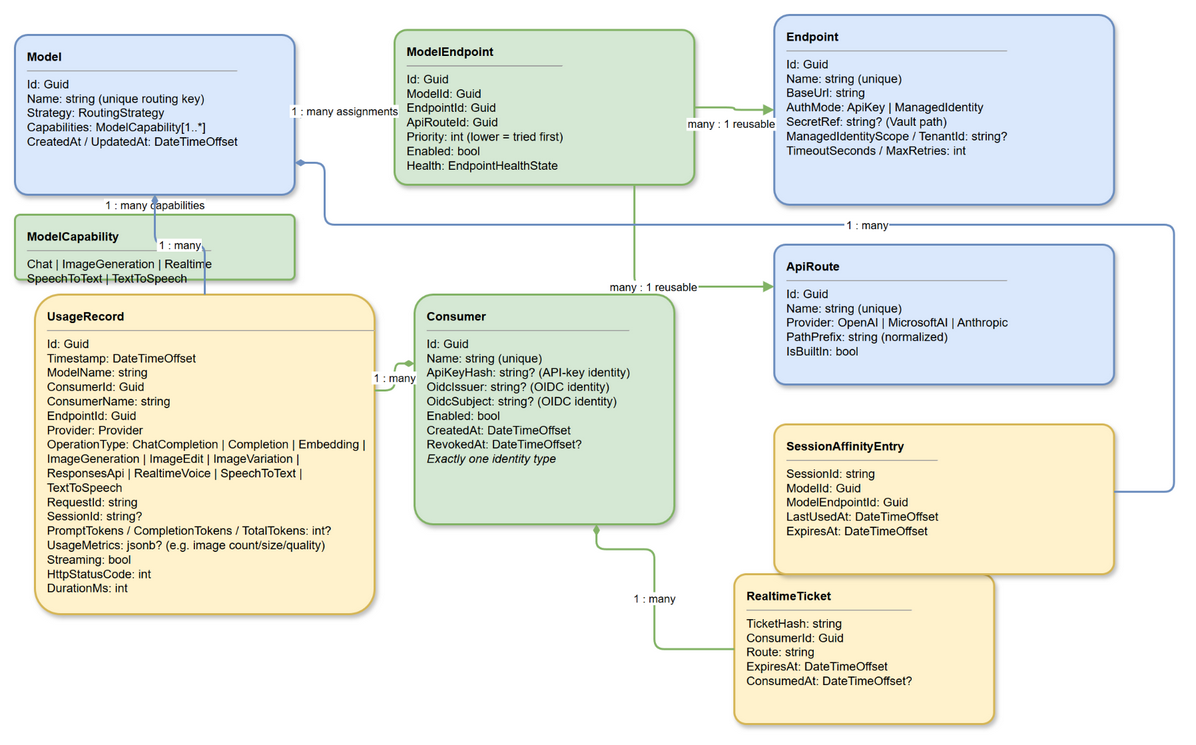
Before: specs/architecture/diagrams/02-domain-model.png, a diagram exported from draw.io (azureholic/AIProxyPlus). Source tidied: cells renumbered, new cells last; positions are measured from the earlier drawing's top-left corner, leaving out a move shared by most shapes.
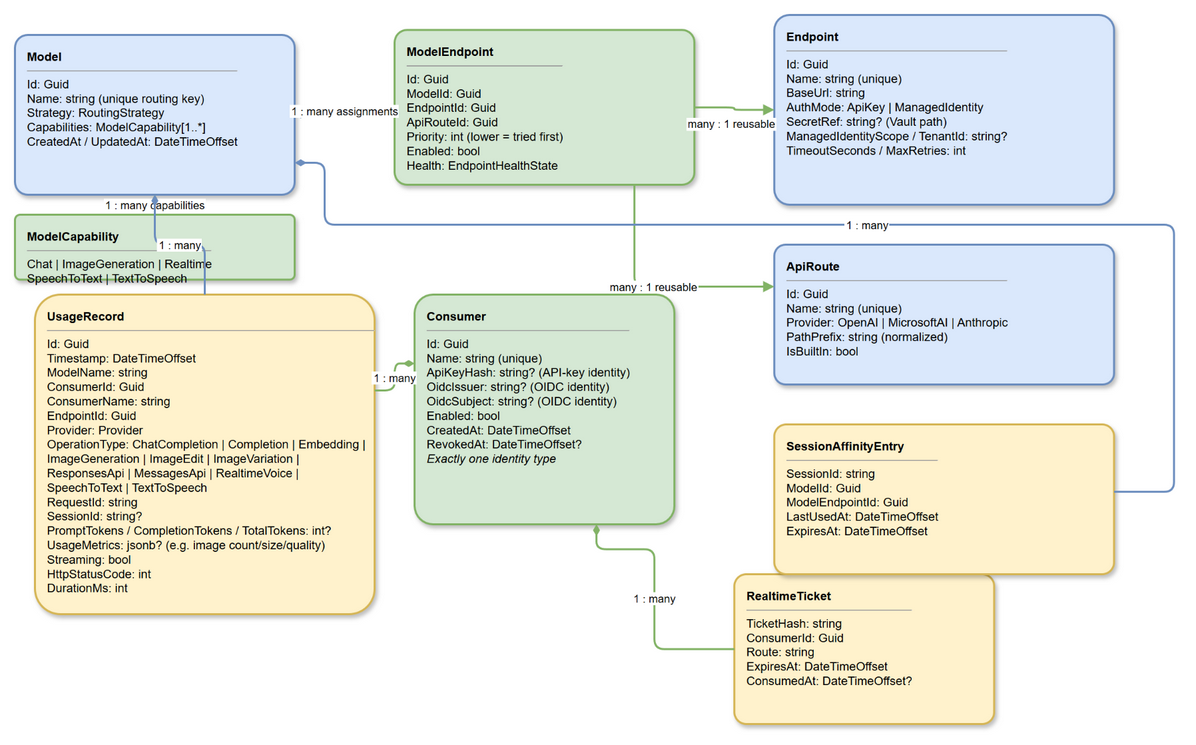
The same diagram one commit later.

Change to the diagram source:
```diff
@@ -17,7 +17,7 @@
     <mxCell id="6" value="&lt;b&gt;ApiRoute&lt;/b&gt;&lt;hr size=1&gt;Id: Guid&lt;br&gt;Name: string (unique)&lt;br&gt;Provider: OpenAI | MicrosoftAI | Anthropic&lt;br&gt;PathPrefix: string (normalized)&lt;br&gt;IsBuiltIn: bool" style="rounded=1;whiteSpace=wrap;html=1;fillColor=#dae8fc;strokeColor=#6c8ebf;strokeWidth=2;arcSize=8;shadow=1;align=left;verticalAlign=top;spacingLeft=10;spacingTop=8;fontSize=12;" parent="1" vertex="1">
       <mxGeometry x="760" y="230" width="340" height="140" as="geometry" />
     </mxCell>
-    <mxCell id="7" value="&lt;b&gt;UsageRecord&lt;/b&gt;&lt;hr size=1&gt;Id: Guid&lt;br&gt;Timestamp: DateTimeOffset&lt;br&gt;ModelName: string&lt;br&gt;ConsumerId: Guid&lt;br&gt;ConsumerName: string&lt;br&gt;EndpointId: Guid&lt;br&gt;Provider: Provider&lt;br&gt;OperationType: ChatCompletion | Completion | Embedding | ImageGeneration | ImageEdit | ImageVariation | ResponsesApi | RealtimeVoice | SpeechToText | TextToSpeech&lt;br&gt;RequestId: string&lt;br&gt;SessionId: string?&lt;br&gt;PromptTokens / CompletionTokens / TotalTokens: int?&lt;br&gt;UsageMetrics: jsonb? (e.g. image count/size/quality)&lt;br&gt;Streaming: bool&lt;br&gt;HttpStatusCode: int&lt;br&gt;DurationMs: int" style="rounded=1;whiteSpace=wrap;html=1;fillColor=#fff2cc;strokeColor=#d6b656;strokeWidth=2;arcSize=8;shadow=1;align=left;verticalAlign=top;spacingLeft=10;spacingTop=8;fontSize=12;" parent="1" vertex="1">
+    <mxCell id="7" value="&lt;b&gt;UsageRecord&lt;/b&gt;&lt;hr size=1&gt;Id: Guid&lt;br&gt;Timestamp: DateTimeOffset&lt;br&gt;ModelName: string&lt;br&gt;ConsumerId: Guid&lt;br&gt;ConsumerName: string&lt;br&gt;EndpointId: Guid&lt;br&gt;Provider: Provider&lt;br&gt;OperationType: ChatCompletion | Completion | Embedding | ImageGeneration | ImageEdit | ImageVariation | ResponsesApi | MessagesApi | RealtimeVoice | SpeechToText | TextToSpeech&lt;br&gt;RequestId: string&lt;br&gt;SessionId: string?&lt;br&gt;PromptTokens / CompletionTokens / TotalTokens: int?&lt;br&gt;UsageMetrics: jsonb? (e.g. image count/size/quality)&lt;br&gt;Streaming: bool&lt;br&gt;HttpStatusCode: int&lt;br&gt;DurationMs: int" style="rounded=1;whiteSpace=wrap;html=1;fillColor=#fff2cc;strokeColor=#d6b656;strokeWidth=2;arcSize=8;shadow=1;align=left;verticalAlign=top;spacingLeft=10;spacingTop=8;fontSize=12;" parent="1" vertex="1">
       <mxGeometry x="20" y="280" width="340" height="320" as="geometry" />
     </mxCell>
     <mxCell id="8" value="&lt;b&gt;Consumer&lt;/b&gt;&lt;hr size=1&gt;Id: Guid&lt;br&gt;Name: string (unique)&lt;br&gt;ApiKeyHash: string? (API-key identity)&lt;br&gt;OidcIssuer: string? (OIDC identity)&lt;br&gt;OidcSubject: string? (OIDC identity)&lt;br&gt;Enabled: bool&lt;br&gt;CreatedAt: DateTimeOffset&lt;br&gt;RevokedAt: DateTimeOffset?&lt;br&gt;&lt;i&gt;Exactly one identity type&lt;/i&gt;" style="rounded=1;whiteSpace=wrap;html=1;fillColor=#d5e8d4;strokeColor=#82b366;strokeWidth=2;arcSize=8;shadow=1;align=left;verticalAlign=top;spacingLeft=10;spacingTop=8;fontSize=12;" parent="1" vertex="1">
```
